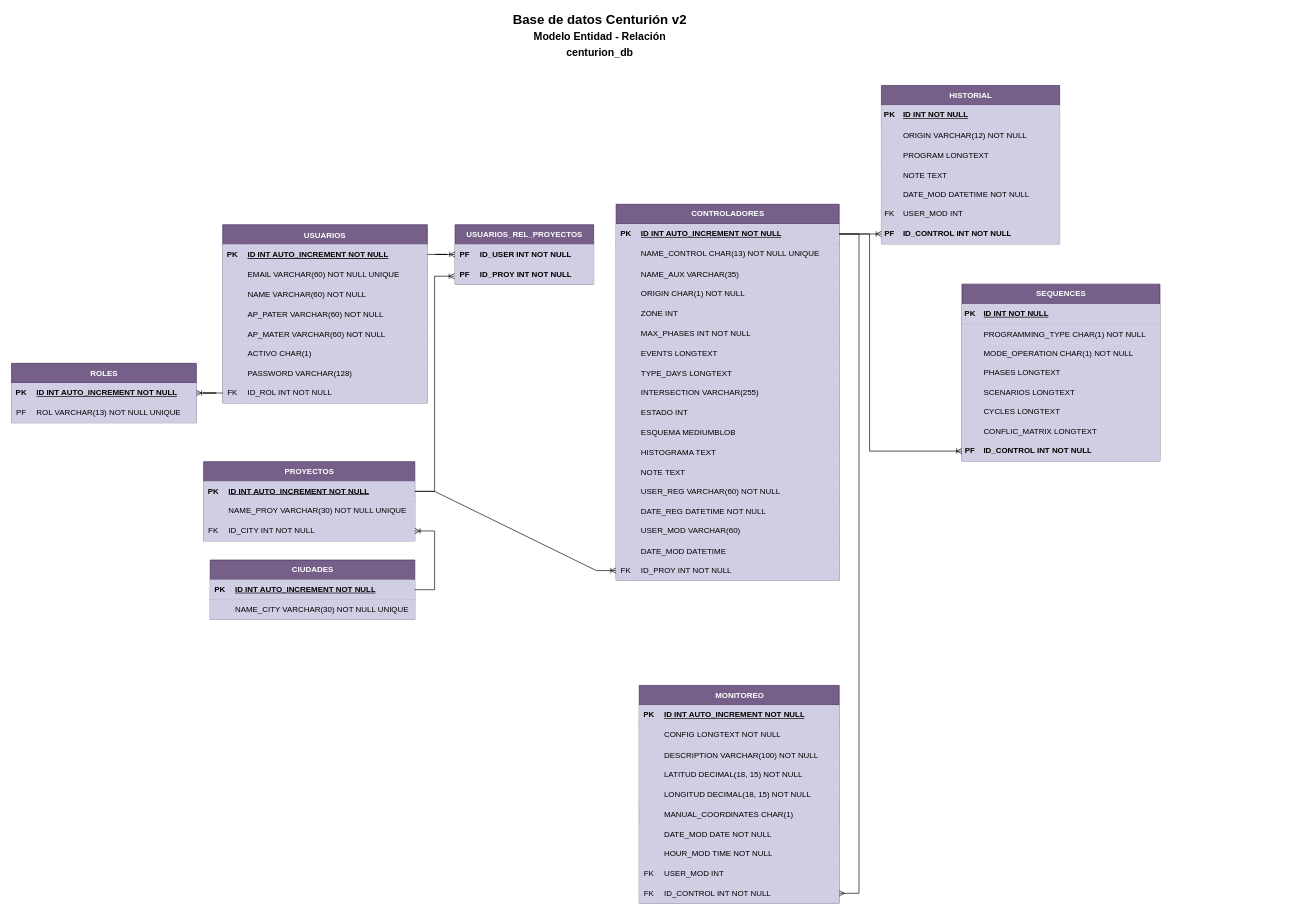
Above: page "ERD-CEN-V2" (2 of 4) of BD-CENTURION.drawio in ChirinosM/Prueba (draw.io), before the change. Source tidied: cells renumbered, new cells numbered last; positions are measured from the earlier drawing's top-left corner, leaving out a move shared by most shapes. Both pictures are drawn from the tidied source at 66%, with x=0, y=0 at pixel (11, 12).
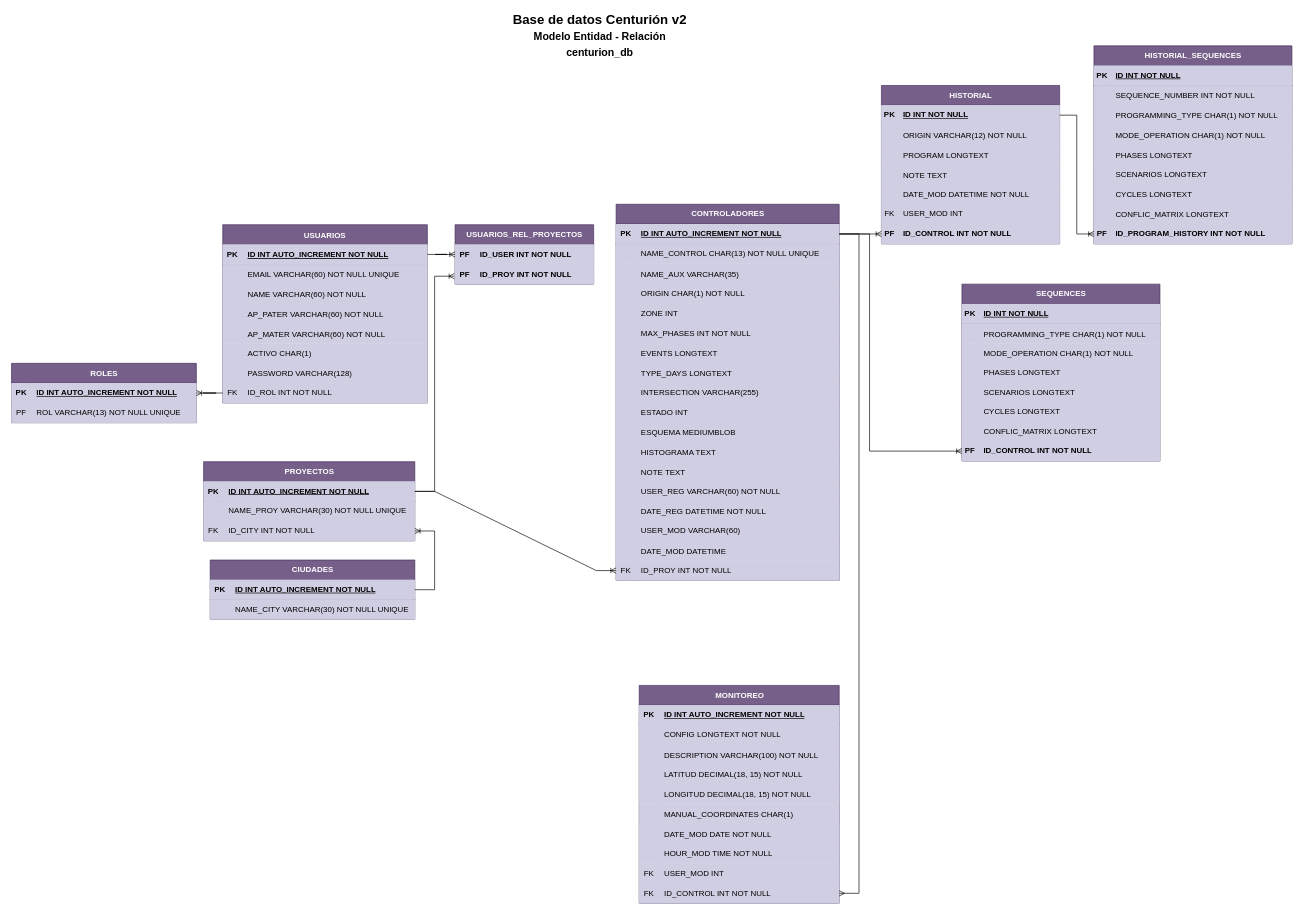
After the change.

The change refers to these unchanged cells:
```xml
<mxCell id="82" style="shape=tableRow;horizontal=0;startSize=0;swimlaneHead=0;swimlaneBody=0;fillColor=#d0cee2;points=[[0,0.5],[1,0.5]];portConstraint=eastwest;top=0;left=0;right=0;bottom=1;strokeColor=#56517e;rounded=0;" parent="81" vertex="1">
  <mxGeometry y="30" width="270" height="30" as="geometry" />
</mxCell>
```

Diff of the diagram source:
```diff
@@
+    <mxCell id="200" value="HISTORIAL_SEQUENCES" style="shape=table;startSize=30;childLayout=tableLayout;rowLines=0;fontStyle=1;align=center;html=1;fillColor=#76608a;strokeColor=#432D57;fontColor=#ffffff;rounded=0;" parent="1" vertex="1">
+      <mxGeometry x="1640" y="51" width="300" height="300" as="geometry" />
+    </mxCell>
+    <mxCell id="201" style="shape=tableRow;horizontal=0;startSize=0;swimlaneHead=0;swimlaneBody=0;fillColor=#d0cee2;top=0;left=0;right=0;bottom=1;strokeColor=#56517e;rounded=0;" parent="200" vertex="1">
+      <mxGeometry y="30" width="300" height="30" as="geometry" />
+    </mxCell>
+    <mxCell id="202" value="PK" style="shape=partialRectangle;fillColor=#d0cee2;top=0;left=0;bottom=0;right=0;fontStyle=1;overflow=hidden;whiteSpace=wrap;html=1;strokeColor=#56517e;rounded=0;" parent="201" vertex="1">
+      <mxGeometry width="25" height="30" as="geometry" />
+    </mxCell>
+    <mxCell id="203" value="ID INT NOT NULL" style="shape=partialRectangle;fillColor=#d0cee2;top=0;left=0;bottom=0;right=0;align=left;spacingLeft=6;fontStyle=5;overflow=hidden;whiteSpace=wrap;html=1;strokeColor=#56517e;rounded=0;" parent="201" vertex="1">
+      <mxGeometry x="25" width="275" height="30" as="geometry" />
+    </mxCell>
+    <mxCell id="204" style="shape=tableRow;horizontal=0;startSize=0;swimlaneHead=0;swimlaneBody=0;fillColor=#d0cee2;top=0;left=0;right=0;bottom=0;strokeColor=#56517e;" parent="200" vertex="1">
+      <mxGeometry y="60" width="300" height="30" as="geometry" />
+    </mxCell>
+    <mxCell id="205" style="shape=partialRectangle;fillColor=#d0cee2;top=0;left=0;bottom=0;right=0;overflow=hidden;strokeColor=#56517e;" parent="204" vertex="1">
+      <mxGeometry width="25" height="30" as="geometry" />
+    </mxCell>
+    <mxCell id="206" value="SEQUENCE_NUMBER INT NOT NULL" style="shape=partialRectangle;fillColor=#d0cee2;top=0;left=0;bottom=0;right=0;align=left;spacingLeft=6;overflow=hidden;strokeColor=#56517e;" parent="204" vertex="1">
+      <mxGeometry x="25" width="275" height="30" as="geometry" />
+    </mxCell>
+    <mxCell id="207" style="shape=tableRow;horizontal=0;startSize=0;swimlaneHead=0;swimlaneBody=0;fillColor=#d0cee2;top=0;left=0;right=0;bottom=0;strokeColor=#56517e;rounded=0;" parent="200" vertex="1">
+      <mxGeometry y="90" width="300" height="30" as="geometry" />
+    </mxCell>
+    <mxCell id="208" style="shape=partialRectangle;fillColor=#d0cee2;top=0;left=0;bottom=0;right=0;overflow=hidden;strokeColor=#56517e;rounded=0;" parent="207" vertex="1">
+      <mxGeometry width="25" height="30" as="geometry" />
+    </mxCell>
+    <mxCell id="209" value="PROGRAMMING_TYPE CHAR(1) NOT NULL" style="shape=partialRectangle;fillColor=#d0cee2;top=0;left=0;bottom=0;right=0;align=left;spacingLeft=6;overflow=hidden;strokeColor=#56517e;rounded=0;" parent="207" vertex="1">
+      <mxGeometry x="25" width="275" height="30" as="geometry" />
+    </mxCell>
+    <mxCell id="210" style="shape=tableRow;horizontal=0;startSize=0;swimlaneHead=0;swimlaneBody=0;fillColor=#d0cee2;top=0;left=0;right=0;bottom=0;strokeColor=#56517e;" parent="200" vertex="1">
+      <mxGeometry y="120" width="300" height="30" as="geometry" />
+    </mxCell>
+    <mxCell id="211" style="shape=partialRectangle;fillColor=#d0cee2;top=0;left=0;bottom=0;right=0;overflow=hidden;strokeColor=#56517e;" parent="210" vertex="1">
+      <mxGeometry width="25" height="30" as="geometry" />
+    </mxCell>
+    <mxCell id="212" value="MODE_OPERATION CHAR(1) NOT NULL" style="shape=partialRectangle;fillColor=#d0cee2;top=0;left=0;bottom=0;right=0;align=left;spacingLeft=6;overflow=hidden;strokeColor=#56517e;" parent="210" vertex="1">
+      <mxGeometry x="25" width="275" height="30" as="geometry" />
+    </mxCell>
+    <mxCell id="213" style="shape=tableRow;horizontal=0;startSize=0;swimlaneHead=0;swimlaneBody=0;fillColor=#d0cee2;top=0;left=0;right=0;bottom=0;strokeColor=#56517e;rounded=0;" parent="200" vertex="1">
+      <mxGeometry y="150" width="300" height="30" as="geometry" />
+    </mxCell>
+    <mxCell id="214" style="shape=partialRectangle;fillColor=#d0cee2;top=0;left=0;bottom=0;right=0;overflow=hidden;strokeColor=#56517e;rounded=0;" parent="213" vertex="1">
+      <mxGeometry width="25" height="30" as="geometry" />
+    </mxCell>
+    <mxCell id="215" value="PHASES LONGTEXT" style="shape=partialRectangle;fillColor=#d0cee2;top=0;left=0;bottom=0;right=0;align=left;spacingLeft=6;overflow=hidden;strokeColor=#56517e;rounded=0;" parent="213" vertex="1">
+      <mxGeometry x="25" width="275" height="30" as="geometry" />
+    </mxCell>
+    <mxCell id="216" style="shape=tableRow;horizontal=0;startSize=0;swimlaneHead=0;swimlaneBody=0;fillColor=#d0cee2;top=0;left=0;right=0;bottom=0;strokeColor=#56517e;rounded=0;" parent="200" vertex="1">
+      <mxGeometry y="180" width="300" height="30" as="geometry" />
+    </mxCell>
+    <mxCell id="217" style="shape=partialRectangle;fillColor=#d0cee2;top=0;left=0;bottom=0;right=0;overflow=hidden;whiteSpace=wrap;html=1;strokeColor=#56517e;rounded=0;" parent="216" vertex="1">
+      <mxGeometry width="25" height="30" as="geometry" />
+    </mxCell>
+    <mxCell id="218" value="SCENARIOS LONGTEXT" style="shape=partialRectangle;fillColor=#d0cee2;top=0;left=0;bottom=0;right=0;align=left;spacingLeft=6;overflow=hidden;whiteSpace=wrap;html=1;strokeColor=#56517e;rounded=0;" parent="216" vertex="1">
+      <mxGeometry x="25" width="275" height="30" as="geometry" />
+    </mxCell>
+    <mxCell id="219" style="shape=tableRow;horizontal=0;startSize=0;swimlaneHead=0;swimlaneBody=0;fillColor=#D0CEE2;top=0;left=0;right=0;bottom=0;strokeColor=#9673a6;" parent="200" vertex="1">
+      <mxGeometry y="210" width="300" height="30" as="geometry" />
+    </mxCell>
+    <mxCell id="220" style="shape=partialRectangle;fillColor=#D0CEE2;top=0;left=0;bottom=0;right=0;overflow=hidden;strokeColor=#9673a6;" parent="219" vertex="1">
+      <mxGeometry width="25" height="30" as="geometry" />
+    </mxCell>
+    <mxCell id="221" value="CYCLES LONGTEXT" style="shape=partialRectangle;fillColor=#D0CEE2;top=0;left=0;bottom=0;right=0;align=left;spacingLeft=6;overflow=hidden;strokeColor=#9673a6;" parent="219" vertex="1">
+      <mxGeometry x="25" width="275" height="30" as="geometry" />
+    </mxCell>
+    <mxCell id="222" style="shape=tableRow;horizontal=0;startSize=0;swimlaneHead=0;swimlaneBody=0;fillColor=#D0CEE2;top=0;left=0;right=0;bottom=0;strokeColor=#9673a6;" parent="200" vertex="1">
+      <mxGeometry y="240" width="300" height="30" as="geometry" />
+    </mxCell>
+    <mxCell id="223" style="shape=partialRectangle;fillColor=#D0CEE2;top=0;left=0;bottom=0;right=0;overflow=hidden;strokeColor=#9673a6;" parent="222" vertex="1">
+      <mxGeometry width="25" height="30" as="geometry" />
+    </mxCell>
+    <mxCell id="224" value="CONFLIC_MATRIX LONGTEXT" style="shape=partialRectangle;fillColor=#D0CEE2;top=0;left=0;bottom=0;right=0;align=left;spacingLeft=6;overflow=hidden;strokeColor=#9673a6;" parent="222" vertex="1">
+      <mxGeometry x="25" width="275" height="30" as="geometry" />
+    </mxCell>
+    <mxCell id="225" style="shape=tableRow;horizontal=0;startSize=0;swimlaneHead=0;swimlaneBody=0;fillColor=#d0cee2;points=[[0,0.5],[1,0.5]];portConstraint=eastwest;top=0;left=0;right=0;bottom=0;strokeColor=#56517e;rounded=0;" parent="200" vertex="1">
+      <mxGeometry y="270" width="300" height="30" as="geometry" />
+    </mxCell>
+    <mxCell id="226" value="&lt;b&gt;PF&lt;/b&gt;" style="shape=partialRectangle;fillColor=#d0cee2;top=0;left=0;bottom=0;right=0;fontStyle=0;overflow=hidden;whiteSpace=wrap;html=1;strokeColor=#56517e;rounded=0;" parent="225" vertex="1">
+      <mxGeometry width="25" height="30" as="geometry" />
+    </mxCell>
+    <mxCell id="227" value="&lt;b&gt;ID_PROGRAM_HISTORY INT NOT NULL&lt;/b&gt;" style="shape=partialRectangle;fillColor=#d0cee2;top=0;left=0;bottom=0;right=0;align=left;spacingLeft=6;fontStyle=0;overflow=hidden;whiteSpace=wrap;html=1;strokeColor=#56517e;rounded=0;" parent="225" vertex="1">
+      <mxGeometry x="25" width="275" height="30" as="geometry" />
+    </mxCell>
+    <mxCell id="228" style="edgeStyle=orthogonalEdgeStyle;fontSize=12;html=1;endArrow=ERoneToMany;rounded=0;exitX=1;exitY=0.5;exitDx=0;exitDy=0;entryX=0;entryY=0.5;entryDx=0;entryDy=0;" parent="1" edge="1" source="82" target="225">
+      <mxGeometry relative="1" as="geometry" />
+    </mxCell>
```
